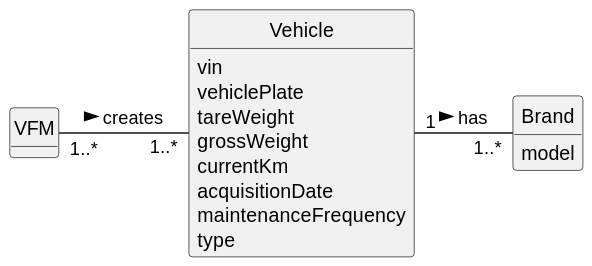
Above: docs/sprintB/us006/02.analysis/svg/us006-domain-model.svg in ricardomm7/leaflink (PlantUML), before the change.
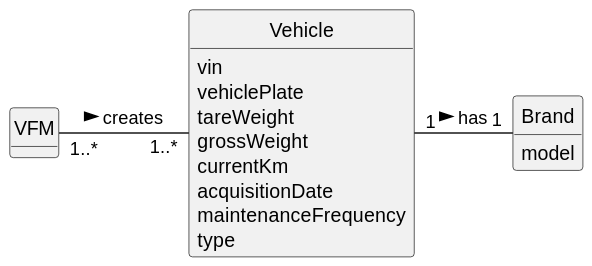
After the commit.

What changed in the source:
```diff
@@ -28,5 +28,5 @@
 }
 
 VFM "1..*" - "1..*" Vehicle : creates  >
-Vehicle "1" - "1..*" Brand : has >
+Vehicle "1" - "1" Brand : has >
 @enduml
```
